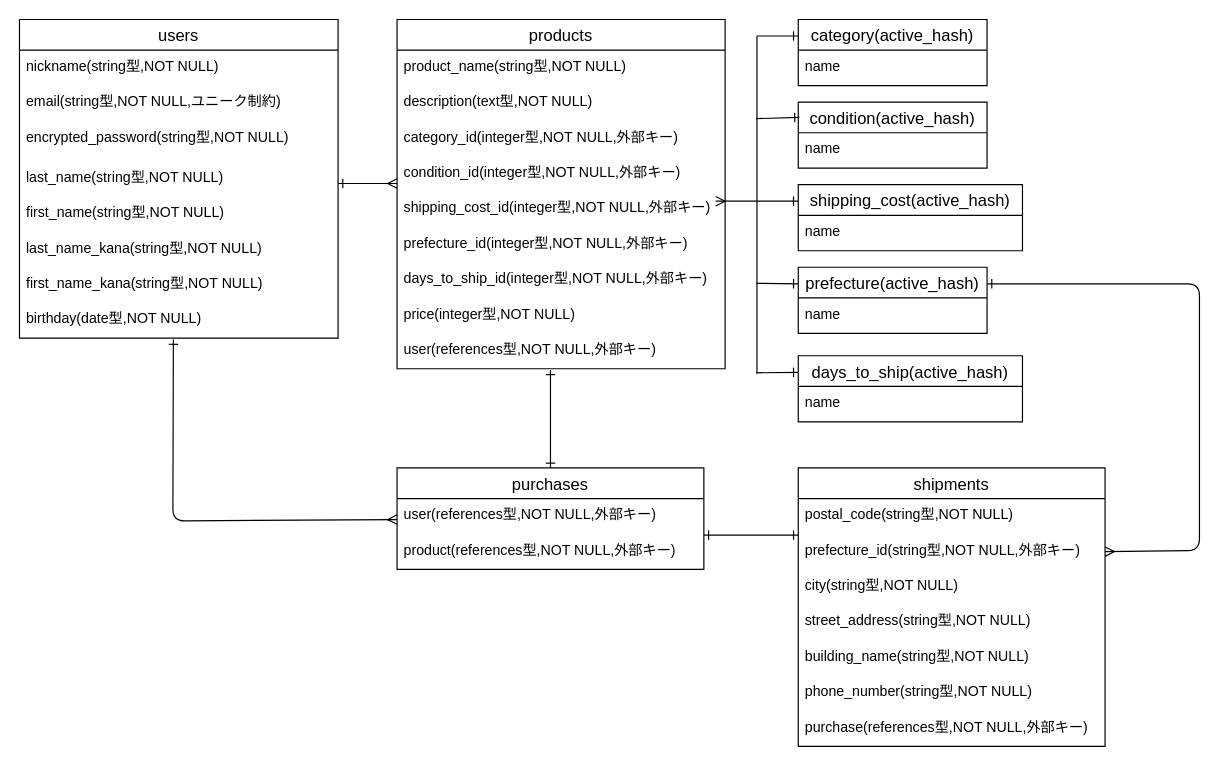
Earlier version of the draw.io diagram furima.dio (hisamaco/furima-40132). Source tidied: cells renumbered, new cells numbered last; positions are measured from the earlier drawing's top-left corner, leaving out a move shared by most shapes. Both pictures are drawn from the tidied source at 118%, with x=0, y=0 at pixel (19, 19).
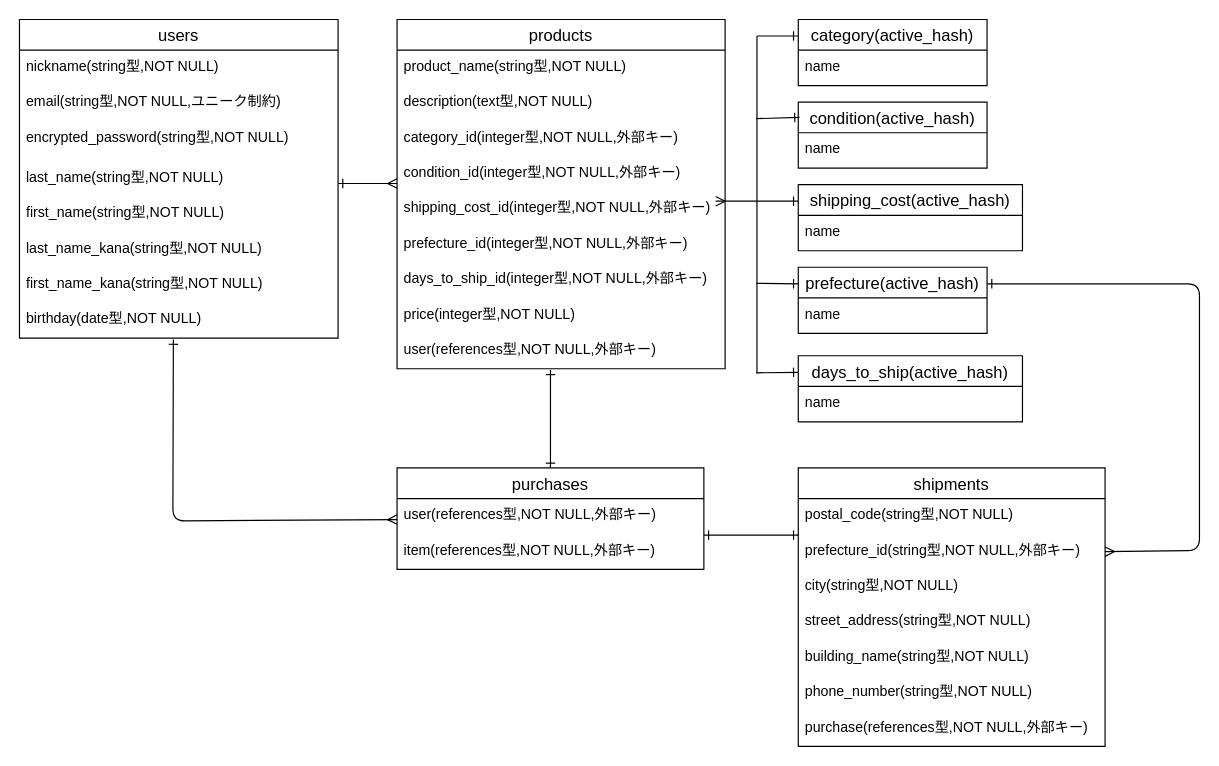
Above is the later version.

Commit message (it also covers changes not shown here):
itemsモデル作成及びREADMEとER図一部修正(修正内容：productをitemに変更)

The change refers to these unchanged cells:
```xml
<mxCell id="22" value="purchases" style="swimlane;fontStyle=0;horizontal=1;startSize=26;align=center;fontSize=14;" parent="1" vertex="1">
  <mxGeometry x="320" y="380" width="260" height="86" as="geometry" />
</mxCell>
```

The edit, as a diff of the source:
```diff
@@
-    <mxCell id="24" value="product(references型,NOT NULL,外部キー)" style="text;strokeColor=none;fillColor=none;spacingLeft=4;spacingRight=4;overflow=hidden;fontSize=12;" parent="22" vertex="1">
+    <mxCell id="24" value="item(references型,NOT NULL,外部キー)" style="text;strokeColor=none;fillColor=none;spacingLeft=4;spacingRight=4;overflow=hidden;fontSize=12;" parent="22" vertex="1">
       <mxGeometry y="56" width="260" height="30" as="geometry" />
     </mxCell>
```
